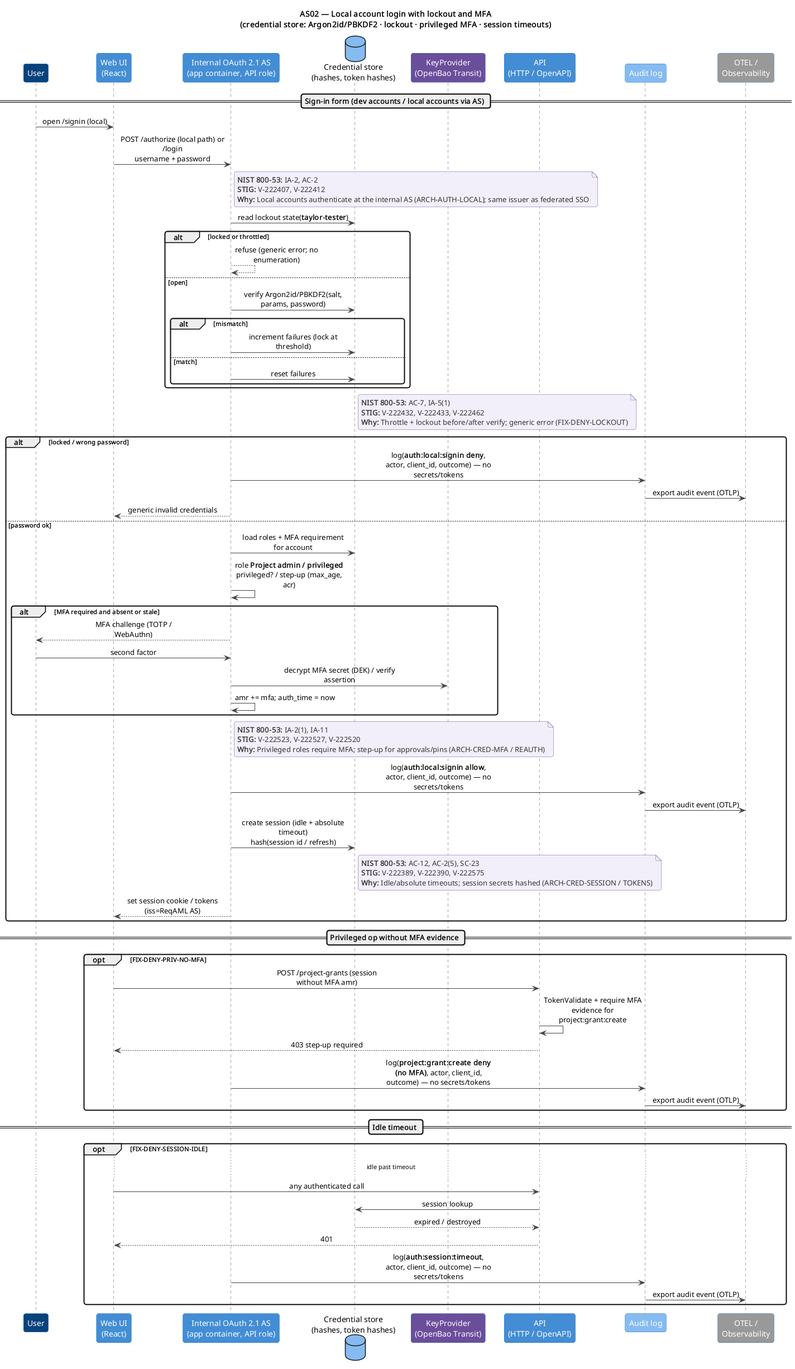
Above: docs/design/c4/sequences/AS02-local-login-lockout-mfa.png in danrabydev/sdoc-intake (PlantUML), before the change. Source of this version:
```plantuml
@startuml AS02-local-login-lockout-mfa
!include ../includes/C4_Sequence_Macros.puml

title AS02 — Local account login with lockout and MFA\n(credential store: Argon2id/PBKDF2 · lockout · privileged MFA · session timeouts)

C4Seq_User()
C4Seq_WebUI()
C4Seq_AuthServer()
C4Seq_CredStore()
C4Seq_KeyProvider()
C4Seq_API()
C4Seq_Audit()
C4Seq_OTEL()

== Sign-in form (dev accounts / local accounts via AS) ==

seqUser -> seqWebUI : open /signin (local)
seqWebUI -> seqAuthServer : POST /authorize (local path) or /login\nusername + password
ControlNote(seqAuthServer, "IA-2, AC-2", "V-222407, V-222412", "Local accounts authenticate at the internal AS (ARCH-AUTH-LOCAL); same issuer as federated SSO")

LockoutCheck("taylor-tester")
ControlNote(seqCredStore, "AC-7, IA-5(1)", "V-222432, V-222433, V-222462", "Throttle + lockout before/after verify; generic error (FIX-DENY-LOCKOUT)")

alt locked / wrong password
  AuthAuditLog("auth:local:signin deny")
  seqAuthServer --> seqWebUI : generic invalid credentials
else password ok
  seqAuthServer -> seqCredStore : load roles + MFA requirement for account
  MfaChallenge("Project admin / privileged")
  ControlNote(seqAuthServer, "IA-2(1), IA-11", "V-222523, V-222527, V-222520", "Privileged roles require MFA; step-up for approvals/pins (ARCH-CRED-MFA / REAUTH)")
  AuthAuditLog("auth:local:signin allow")
  seqAuthServer -> seqCredStore : create session (idle + absolute timeout)\nhash(session id / refresh)
  ControlNote(seqCredStore, "AC-12, AC-2(5), SC-23", "V-222389, V-222390, V-222575", "Idle/absolute timeouts; session secrets hashed (ARCH-CRED-SESSION / TOKENS)")
  seqAuthServer --> seqWebUI : set session cookie / tokens (iss=ReqAML AS)
end

== Privileged op without MFA evidence ==

opt FIX-DENY-PRIV-NO-MFA
  seqWebUI -> seqAPI : POST /project-grants (session without MFA amr)
  seqAPI -> seqAPI : TokenValidate + require MFA evidence for project:grant:create
  seqAPI --> seqWebUI : 403 step-up required
  AuthAuditLog("project:grant:create deny (no MFA)")
end

== Idle timeout ==

opt FIX-DENY-SESSION-IDLE
  ... idle past timeout ...
  seqWebUI -> seqAPI : any authenticated call
  seqAPI -> seqCredStore : session lookup
  seqCredStore --> seqAPI : expired / destroyed
  seqAPI --> seqWebUI : 401
  AuthAuditLog("auth:session:timeout")
end

@enduml
```
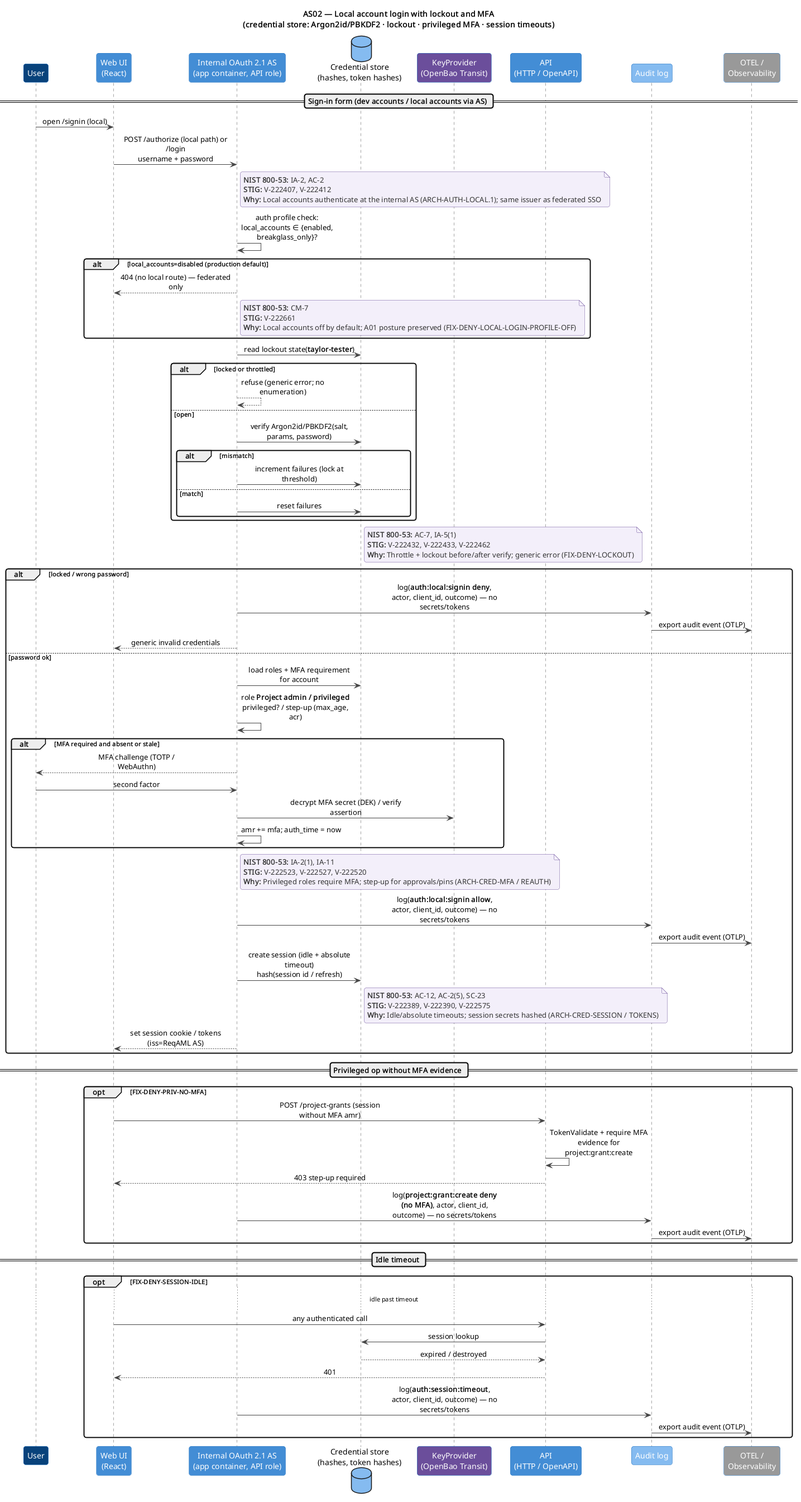
The same diagram one commit later.

What changed in the source:
```diff
@@ -16,7 +16,12 @@
 
 seqUser -> seqWebUI : open /signin (local)
 seqWebUI -> seqAuthServer : POST /authorize (local path) or /login\nusername + password
-ControlNote(seqAuthServer, "IA-2, AC-2", "V-222407, V-222412", "Local accounts authenticate at the internal AS (ARCH-AUTH-LOCAL); same issuer as federated SSO")
+ControlNote(seqAuthServer, "IA-2, AC-2", "V-222407, V-222412", "Local accounts authenticate at the internal AS (ARCH-AUTH-LOCAL.1); same issuer as federated SSO")
+seqAuthServer -> seqAuthServer : auth profile check: local_accounts ∈ {enabled, breakglass_only}?
+alt local_accounts=disabled (production default)
+  seqAuthServer --> seqWebUI : 404 (no local route) — federated only
+  ControlNote(seqAuthServer, "CM-7", "V-222661", "Local accounts off by default; A01 posture preserved (FIX-DENY-LOCAL-LOGIN-PROFILE-OFF)")
+end
 
 LockoutCheck("taylor-tester")
 ControlNote(seqCredStore, "AC-7, IA-5(1)", "V-222432, V-222433, V-222462", "Throttle + lockout before/after verify; generic error (FIX-DENY-LOCKOUT)")
```
